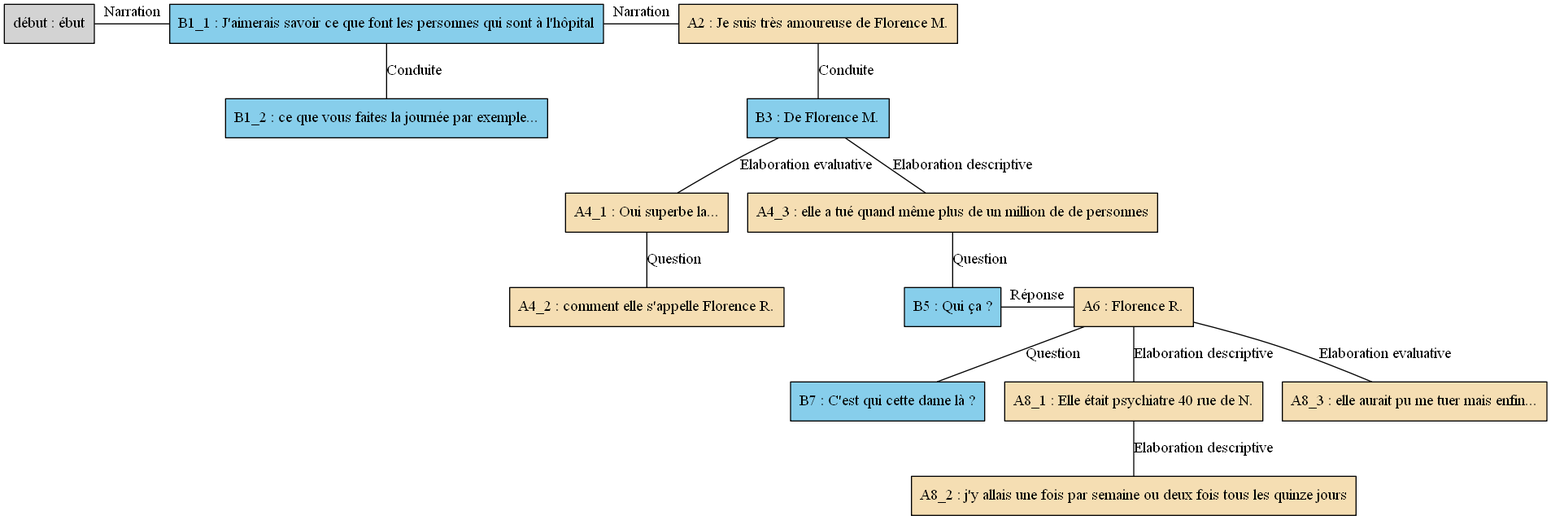
The Graphviz diagram arbres/Florence/Florence_-_C04.gv.png in AlaixComet/AnnotationSlamPTut, before a commit. Its source is kept beside it as arbres/Florence/Florence_-_C04.gv. The source it was exported from:
```dot
digraph C04 {
	node [shape=box style=filled]
	"début" [label="début : ébut"]
	B1_1 [label="B1_1 : J'aimerais savoir ce que font les personnes qui sont à l'hôpital" fillcolor=skyblue]
	B1_2 [label="B1_2 : ce que vous faites la journée par exemple..." fillcolor=skyblue]
	A2 [label="A2 : Je suis très amoureuse de Florence M." fillcolor=wheat]
	B3 [label="B3 : De Florence M." fillcolor=skyblue]
	A4_1 [label="A4_1 : Oui superbe la..." fillcolor=wheat]
	A4_2 [label="A4_2 : comment elle s'appelle Florence R." fillcolor=wheat]
	A4_3 [label="A4_3 : elle a tué quand même plus de un million de de personnes" fillcolor=wheat]
	B5 [label="B5 : Qui ça ?" fillcolor=skyblue]
	A6 [label="A6 : Florence R." fillcolor=wheat]
	B7 [label="B7 : C'est qui cette dame là ?" fillcolor=skyblue]
	A8_1 [label="A8_1 : Elle était psychiatre 40 rue de N." fillcolor=wheat]
	A8_2 [label="A8_2 : j'y allais une fois par semaine ou deux fois tous les quinze jours" fillcolor=wheat]
	A8_3 [label="A8_3 : elle aurait pu me tuer mais enfin..." fillcolor=wheat]
	{
		rank=same
		"début"
		B1_1
		"début" -> B1_1 [label=Narration dir=none]
	}
	B1_1 -> B1_2 [label=Conduite dir=none]
	{
		rank=same
		B1_1
		A2
		B1_1 -> A2 [label=Narration dir=none]
	}
	A2 -> B3 [label=Conduite dir=none]
	B3 -> A4_1 [label="Elaboration evaluative" dir=none]
	A4_1 -> A4_2 [label=Question dir=none]
	B3 -> A4_3 [label="Elaboration descriptive" dir=none]
	A4_3 -> B5 [label=Question dir=none]
	{
		rank=same
		B5
		A6
		B5 -> A6 [label="Réponse" dir=none]
	}
	A6 -> B7 [label=Question dir=none]
	A6 -> A8_1 [label="Elaboration descriptive" dir=none]
	A8_1 -> A8_2 [label="Elaboration descriptive" dir=none]
	A6 -> A8_3 [label="Elaboration evaluative" dir=none]
}
```
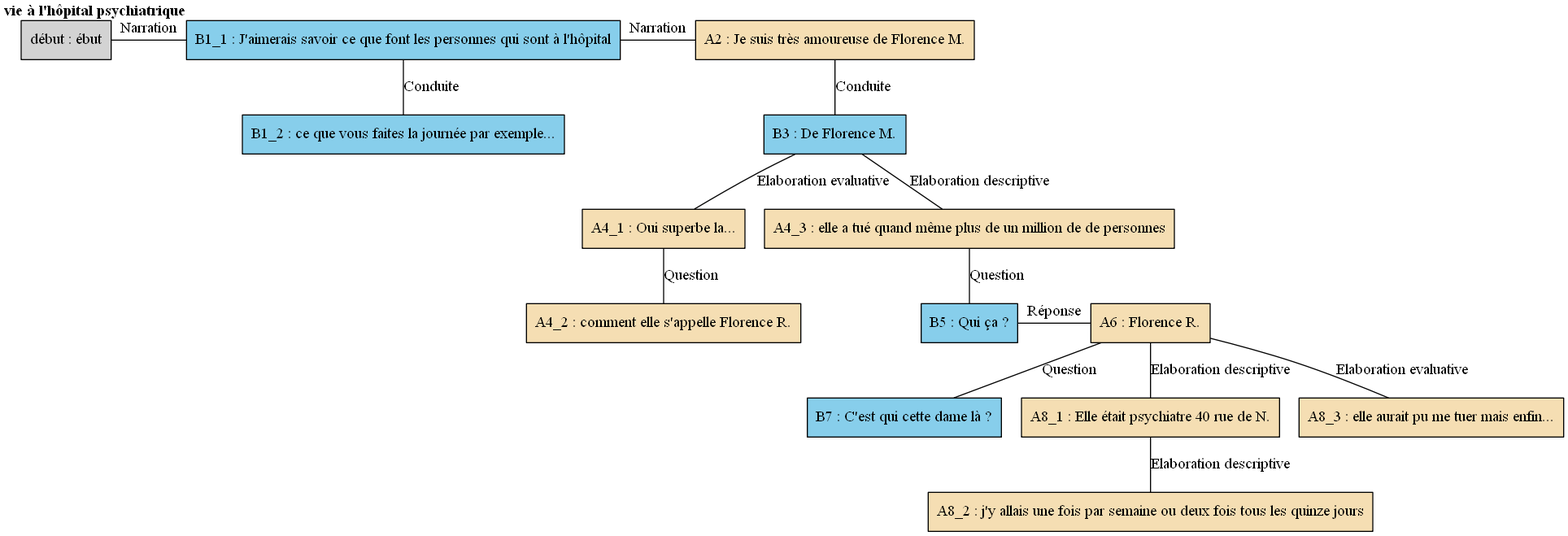
After the commit.

Diff of the diagram source:
```diff
@@ -1,19 +1,19 @@
 digraph C04 {
 	node [shape=box style=filled]
-	"début" [label="début : ébut"]
-	B1_1 [label="B1_1 : J'aimerais savoir ce que font les personnes qui sont à l'hôpital" fillcolor=skyblue]
-	B1_2 [label="B1_2 : ce que vous faites la journée par exemple..." fillcolor=skyblue]
-	A2 [label="A2 : Je suis très amoureuse de Florence M." fillcolor=wheat]
-	B3 [label="B3 : De Florence M." fillcolor=skyblue]
-	A4_1 [label="A4_1 : Oui superbe la..." fillcolor=wheat]
-	A4_2 [label="A4_2 : comment elle s'appelle Florence R." fillcolor=wheat]
-	A4_3 [label="A4_3 : elle a tué quand même plus de un million de de personnes" fillcolor=wheat]
-	B5 [label="B5 : Qui ça ?" fillcolor=skyblue]
-	A6 [label="A6 : Florence R." fillcolor=wheat]
-	B7 [label="B7 : C'est qui cette dame là ?" fillcolor=skyblue]
-	A8_1 [label="A8_1 : Elle était psychiatre 40 rue de N." fillcolor=wheat]
-	A8_2 [label="A8_2 : j'y allais une fois par semaine ou deux fois tous les quinze jours" fillcolor=wheat]
-	A8_3 [label="A8_3 : elle aurait pu me tuer mais enfin..." fillcolor=wheat]
+	"début" [label="début : ébut" xlabel=""]
+	B1_1 [label="B1_1 : J'aimerais savoir ce que font les personnes qui sont à l'hôpital" fillcolor=skyblue xlabel=<<B>vie à l'hôpital psychiatrique</B>>]
+	B1_2 [label="B1_2 : ce que vous faites la journée par exemple..." fillcolor=skyblue xlabel=""]
+	A2 [label="A2 : Je suis très amoureuse de Florence M." fillcolor=wheat xlabel=""]
+	B3 [label="B3 : De Florence M." fillcolor=skyblue xlabel=""]
+	A4_1 [label="A4_1 : Oui superbe la..." fillcolor=wheat xlabel=""]
+	A4_2 [label="A4_2 : comment elle s'appelle Florence R." fillcolor=wheat xlabel=""]
+	A4_3 [label="A4_3 : elle a tué quand même plus de un million de de personnes" fillcolor=wheat xlabel=""]
+	B5 [label="B5 : Qui ça ?" fillcolor=skyblue xlabel=""]
+	A6 [label="A6 : Florence R." fillcolor=wheat xlabel=""]
+	B7 [label="B7 : C'est qui cette dame là ?" fillcolor=skyblue xlabel=""]
+	A8_1 [label="A8_1 : Elle était psychiatre 40 rue de N." fillcolor=wheat xlabel=""]
+	A8_2 [label="A8_2 : j'y allais une fois par semaine ou deux fois tous les quinze jours" fillcolor=wheat xlabel=""]
+	A8_3 [label="A8_3 : elle aurait pu me tuer mais enfin..." fillcolor=wheat xlabel=""]
 	{
 		rank=same
 		"début"
```
